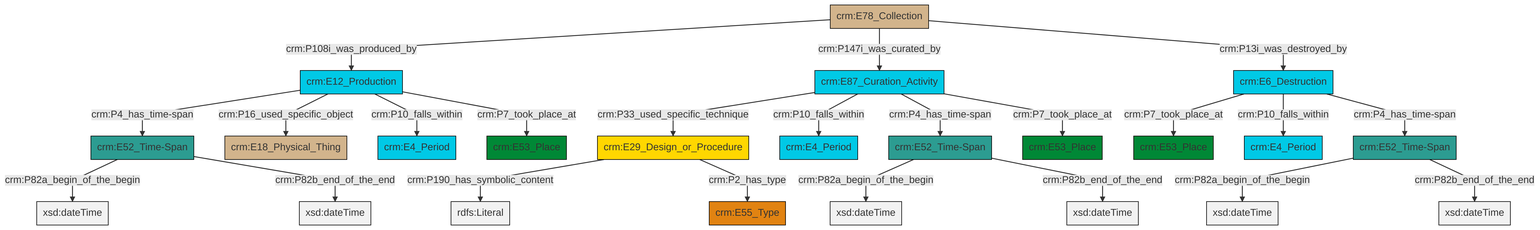
Before: et/archivalCSV/ttl/mmd/png/archival_existence.png, a diagram exported from Mermaid (swiss-art-research-net/docs.swissartresearch). Its source is kept beside it as et/archivalCSV/ttl/mmd/archival_existence.ttl.mmd.
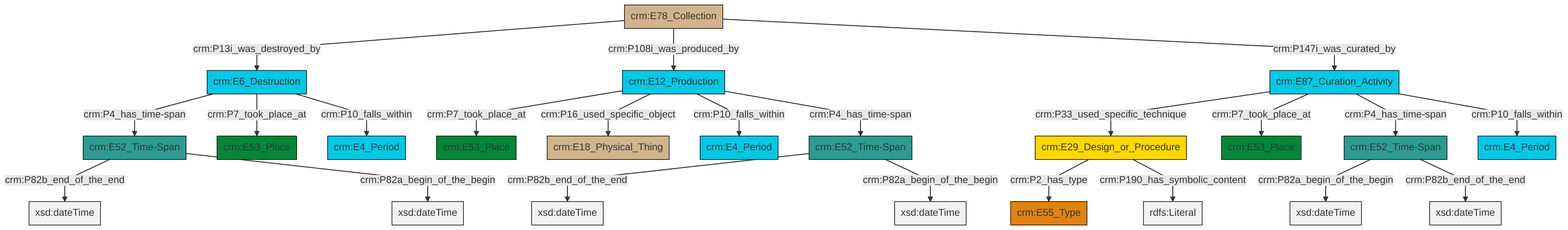
The same file after the commit.

Diff of the diagram source:
```diff
@@ -13,25 +13,25 @@
 classDef PC_Classes fill:#4ce600, stroke:#000000;
 classDef Multi fill:#cccccc,stroke:#000000;
 
-0["crm:E52_Time-Span"]:::Time-Span -->|crm:P82a_begin_of_the_begin| 1[xsd:dateTime]:::Literal
-0["crm:E52_Time-Span"]:::Time-Span -->|crm:P82b_end_of_the_end| 2[xsd:dateTime]:::Literal
-3["crm:E29_Design_or_Procedure"]:::Conceptual_Object -->|crm:P190_has_symbolic_content| 4[rdfs:Literal]:::Literal
-5["crm:E12_Production"]:::Temporal_Entity -->|crm:P4_has_time-span| 6["crm:E52_Time-Span"]:::Time-Span
-6["crm:E52_Time-Span"]:::Time-Span -->|crm:P82a_begin_of_the_begin| 16[xsd:dateTime]:::Literal
-17["crm:E78_Collection"]:::Physical_Thing -->|crm:P108i_was_produced_by| 5["crm:E12_Production"]:::Temporal_Entity
-6["crm:E52_Time-Span"]:::Time-Span -->|crm:P82b_end_of_the_end| 18[xsd:dateTime]:::Literal
-9["crm:E87_Curation_Activity"]:::Temporal_Entity -->|crm:P33_used_specific_technique| 3["crm:E29_Design_or_Procedure"]:::Conceptual_Object
-13["crm:E6_Destruction"]:::Temporal_Entity -->|crm:P7_took_place_at| 7["crm:E53_Place"]:::Place
-5["crm:E12_Production"]:::Temporal_Entity -->|crm:P16_used_specific_object| 21["crm:E18_Physical_Thing"]:::Physical_Thing
-11["crm:E52_Time-Span"]:::Time-Span -->|crm:P82a_begin_of_the_begin| 22[xsd:dateTime]:::Literal
-9["crm:E87_Curation_Activity"]:::Temporal_Entity -->|crm:P10_falls_within| 23["crm:E4_Period"]:::Temporal_Entity
-5["crm:E12_Production"]:::Temporal_Entity -->|crm:P10_falls_within| 24["crm:E4_Period"]:::Temporal_Entity
-9["crm:E87_Curation_Activity"]:::Temporal_Entity -->|crm:P4_has_time-span| 11["crm:E52_Time-Span"]:::Time-Span
-9["crm:E87_Curation_Activity"]:::Temporal_Entity -->|crm:P7_took_place_at| 25["crm:E53_Place"]:::Place
-11["crm:E52_Time-Span"]:::Time-Span -->|crm:P82b_end_of_the_end| 28[xsd:dateTime]:::Literal
-13["crm:E6_Destruction"]:::Temporal_Entity -->|crm:P10_falls_within| 30["crm:E4_Period"]:::Temporal_Entity
-17["crm:E78_Collection"]:::Physical_Thing -->|crm:P147i_was_curated_by| 9["crm:E87_Curation_Activity"]:::Temporal_Entity
-5["crm:E12_Production"]:::Temporal_Entity -->|crm:P7_took_place_at| 26["crm:E53_Place"]:::Place
-3["crm:E29_Design_or_Procedure"]:::Conceptual_Object -->|crm:P2_has_type| 33["crm:E55_Type"]:::Type
-13["crm:E6_Destruction"]:::Temporal_Entity -->|crm:P4_has_time-span| 0["crm:E52_Time-Span"]:::Time-Span
-17["crm:E78_Collection"]:::Physical_Thing -->|crm:P13i_was_destroyed_by| 13["crm:E6_Destruction"]:::Temporal_Entity
+4["crm:E12_Production"]:::Temporal_Entity -->|crm:P7_took_place_at| 5["crm:E53_Place"]:::Place
+6["crm:E87_Curation_Activity"]:::Temporal_Entity -->|crm:P33_used_specific_technique| 7["crm:E29_Design_or_Procedure"]:::Conceptual_Object
+10["crm:E52_Time-Span"]:::Time-Span -->|crm:P82b_end_of_the_end| 11[xsd:dateTime]:::Literal
+6["crm:E87_Curation_Activity"]:::Temporal_Entity -->|crm:P7_took_place_at| 12["crm:E53_Place"]:::Place
+2["crm:E78_Collection"]:::Physical_Thing -->|crm:P13i_was_destroyed_by| 15["crm:E6_Destruction"]:::Temporal_Entity
+19["crm:E52_Time-Span"]:::Time-Span -->|crm:P82a_begin_of_the_begin| 20[xsd:dateTime]:::Literal
+7["crm:E29_Design_or_Procedure"]:::Conceptual_Object -->|crm:P2_has_type| 17["crm:E55_Type"]:::Type
+23["crm:E52_Time-Span"]:::Time-Span -->|crm:P82b_end_of_the_end| 24[xsd:dateTime]:::Literal
+15["crm:E6_Destruction"]:::Temporal_Entity -->|crm:P4_has_time-span| 10["crm:E52_Time-Span"]:::Time-Span
+23["crm:E52_Time-Span"]:::Time-Span -->|crm:P82a_begin_of_the_begin| 25[xsd:dateTime]:::Literal
+15["crm:E6_Destruction"]:::Temporal_Entity -->|crm:P7_took_place_at| 27["crm:E53_Place"]:::Place
+2["crm:E78_Collection"]:::Physical_Thing -->|crm:P108i_was_produced_by| 4["crm:E12_Production"]:::Temporal_Entity
+19["crm:E52_Time-Span"]:::Time-Span -->|crm:P82b_end_of_the_end| 29[xsd:dateTime]:::Literal
+7["crm:E29_Design_or_Procedure"]:::Conceptual_Object -->|crm:P190_has_symbolic_content| 30[rdfs:Literal]:::Literal
+4["crm:E12_Production"]:::Temporal_Entity -->|crm:P16_used_specific_object| 0["crm:E18_Physical_Thing"]:::Physical_Thing
+10["crm:E52_Time-Span"]:::Time-Span -->|crm:P82a_begin_of_the_begin| 34[xsd:dateTime]:::Literal
+6["crm:E87_Curation_Activity"]:::Temporal_Entity -->|crm:P4_has_time-span| 19["crm:E52_Time-Span"]:::Time-Span
+4["crm:E12_Production"]:::Temporal_Entity -->|crm:P10_falls_within| 21["crm:E4_Period"]:::Temporal_Entity
+6["crm:E87_Curation_Activity"]:::Temporal_Entity -->|crm:P10_falls_within| 8["crm:E4_Period"]:::Temporal_Entity
+15["crm:E6_Destruction"]:::Temporal_Entity -->|crm:P10_falls_within| 35["crm:E4_Period"]:::Temporal_Entity
+4["crm:E12_Production"]:::Temporal_Entity -->|crm:P4_has_time-span| 23["crm:E52_Time-Span"]:::Time-Span
+2["crm:E78_Collection"]:::Physical_Thing -->|crm:P147i_was_curated_by| 6["crm:E87_Curation_Activity"]:::Temporal_Entity
```
